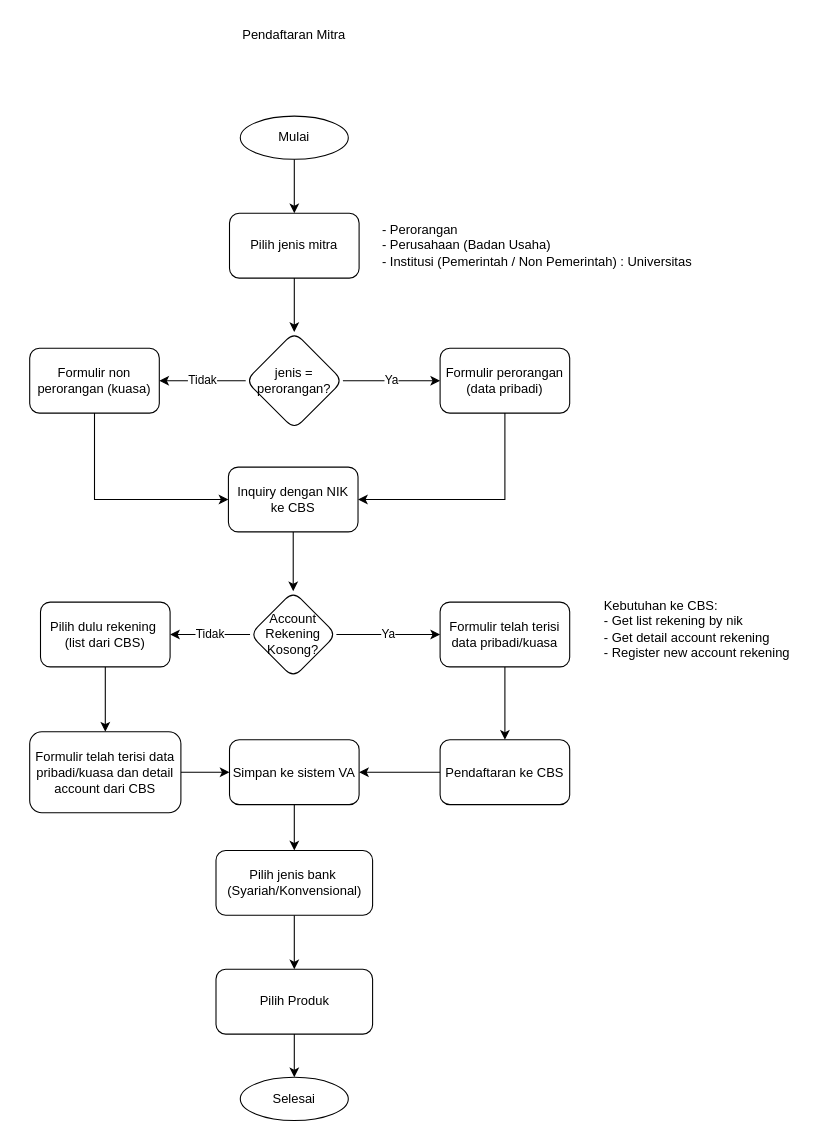
The draw.io diagram use-case/flow-pendaftaran.drawio in aribrilliantsyah/fsd_va_bpd_diy, before the edit. Source tidied: cells renumbered, new cells numbered last; positions are measured from the earlier drawing's top-left corner, leaving out a move shared by most shapes. Both pictures are drawn from the tidied source at 108%, with x=0, y=0 at pixel (29, 18).
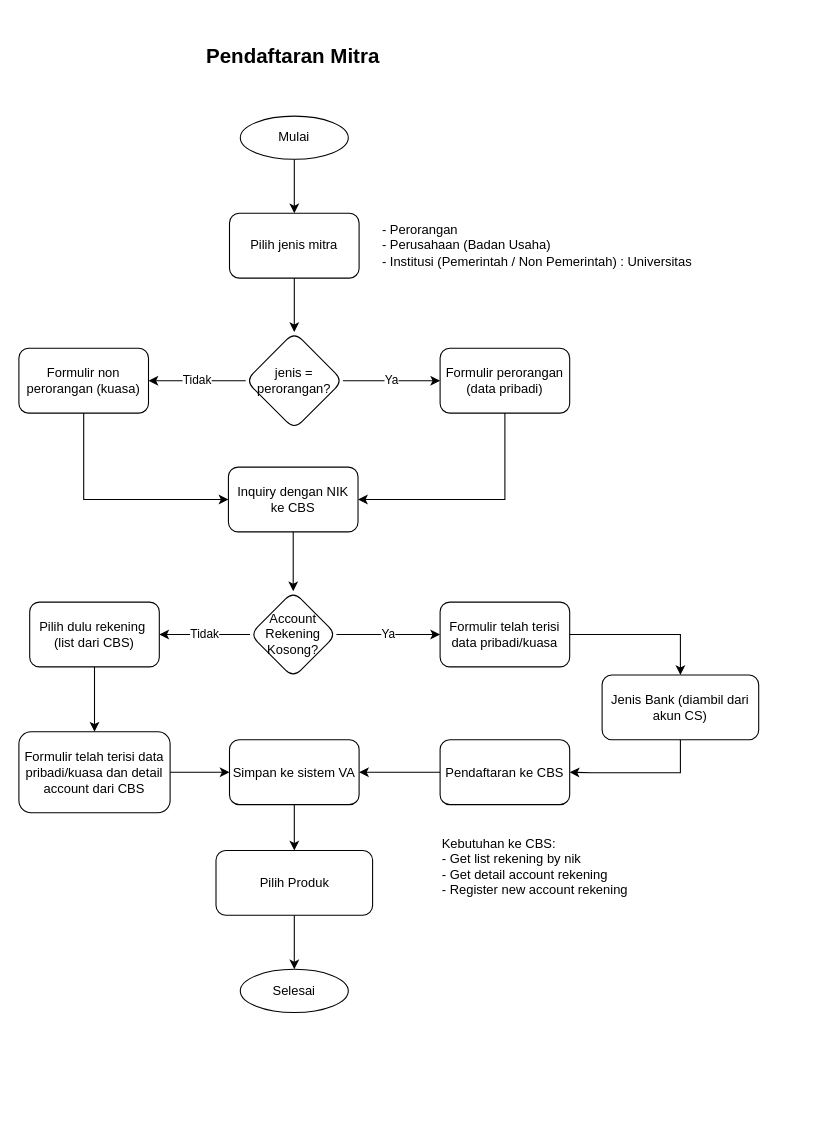
Above is the later version.

The change refers to these unchanged cells:
```xml
<mxCell id="15" value="Inquiry dengan NIK ke CBS" style="rounded=1;whiteSpace=wrap;html=1;" parent="1" vertex="1">
  <mxGeometry x="184" y="415" width="120" height="60" as="geometry" />
</mxCell>
<mxCell id="20" value="Formulir telah terisi data pribadi/kuasa" style="whiteSpace=wrap;html=1;rounded=1;" parent="1" vertex="1">
  <mxGeometry x="380" y="540" width="120" height="60" as="geometry" />
</mxCell>
<mxCell id="27" value="Pendaftaran ke CBS" style="whiteSpace=wrap;html=1;rounded=1;" parent="1" vertex="1">
  <mxGeometry x="380" y="667.5" width="120" height="60" as="geometry" />
</mxCell>
<mxCell id="29" value="Simpan ke sistem VA" style="whiteSpace=wrap;html=1;rounded=1;" parent="1" vertex="1">
  <mxGeometry x="185" y="667.5" width="120" height="60" as="geometry" />
</mxCell>
```

The edit, as a diff of the source:
```diff
@@
-    <mxCell id="2" value="Pendaftaran Mitra" style="text;html=1;strokeColor=none;fillColor=none;align=center;verticalAlign=middle;whiteSpace=wrap;rounded=0;" parent="1" vertex="1">
-      <mxGeometry x="170" width="150" height="30" as="geometry" />
+    <mxCell id="2" value="&lt;b&gt;&lt;font style=&quot;font-size: 19px;&quot;&gt;Pendaftaran Mitra&lt;/font&gt;&lt;/b&gt;" style="text;html=1;strokeColor=none;fillColor=none;align=center;verticalAlign=middle;whiteSpace=wrap;rounded=0;" parent="1" vertex="1">
+      <mxGeometry x="124" y="20" width="240" height="30" as="geometry" />
     </mxCell>
@@
-    <mxCell id="12" style="edgeStyle=orthogonalEdgeStyle;rounded=0;jettySize=auto;html=1;entryX=0;entryY=0.5;entryDx=0;entryDy=0;" parent="1" edge="1" target="15">
-      <mxGeometry relative="1" as="geometry">
-        <mxPoint x="60" y="330" as="sourcePoint" />
-        <Array as="points">
-          <mxPoint x="60" y="445" />
-        </Array>
-      </mxGeometry>
-    </mxCell>
+    <mxCell id="36" style="edgeStyle=orthogonalEdgeStyle;rounded=0;jettySize=auto;html=1;entryX=0;entryY=0.5;entryDx=0;entryDy=0;" parent="1" edge="1" source="13" target="15">
+      <mxGeometry relative="1" as="geometry">
+        <Array as="points">
+          <mxPoint x="50" y="445" />
+        </Array>
+      </mxGeometry>
+    </mxCell>
     <mxCell id="13" value="Formulir non perorangan (kuasa)" style="rounded=1;whiteSpace=wrap;html=1;" parent="1" vertex="1">
-      <mxGeometry y="305" width="120" height="60" as="geometry" />
+      <mxGeometry x="-10" y="305" width="120" height="60" as="geometry" />
     </mxCell>
@@
-    <mxCell id="19" style="edgeStyle=orthogonalEdgeStyle;rounded=0;jettySize=auto;html=1;" parent="1" edge="1" source="20" target="27">
-      <mxGeometry relative="1" as="geometry" />
-    </mxCell>
+    <mxCell id="37" style="edgeStyle=orthogonalEdgeStyle;rounded=0;jettySize=auto;html=1;entryX=0.5;entryY=0;entryDx=0;entryDy=0;" parent="1" edge="1" source="20" target="40">
+      <mxGeometry relative="1" as="geometry" />
+    </mxCell>
@@
     <mxCell id="23" value="Pilih dulu rekening&amp;nbsp;&lt;br&gt;(list dari CBS)" style="rounded=1;whiteSpace=wrap;html=1;" parent="1" vertex="1">
-      <mxGeometry x="10" y="540" width="120" height="60" as="geometry" />
+      <mxGeometry y="540" width="120" height="60" as="geometry" />
     </mxCell>
@@
     <mxCell id="25" value="Formulir telah terisi data pribadi/kuasa dan detail account dari CBS" style="whiteSpace=wrap;html=1;rounded=1;" parent="1" vertex="1">
-      <mxGeometry y="660" width="140" height="75" as="geometry" />
+      <mxGeometry x="-10" y="660" width="140" height="75" as="geometry" />
     </mxCell>
-    <mxCell id="26" style="edgeStyle=orthogonalEdgeStyle;rounded=0;jettySize=auto;html=1;" parent="1" edge="1" source="27" target="29">
-      <mxGeometry relative="1" as="geometry">
-        <Array as="points">
-          <mxPoint x="360" y="698" />
-          <mxPoint x="360" y="698" />
-        </Array>
-      </mxGeometry>
+    <mxCell id="26" style="edgeStyle=orthogonalEdgeStyle;rounded=0;jettySize=auto;html=1;entryX=1;entryY=0.5;entryDx=0;entryDy=0;" parent="1" edge="1" source="27" target="29">
+      <mxGeometry relative="1" as="geometry" />
     </mxCell>
@@
-    <mxCell id="28" style="edgeStyle=orthogonalEdgeStyle;rounded=0;jettySize=auto;html=1;" parent="1" edge="1" source="29" target="31">
-      <mxGeometry relative="1" as="geometry" />
-    </mxCell>
+    <mxCell id="38" style="edgeStyle=orthogonalEdgeStyle;rounded=0;jettySize=auto;html=1;entryX=0.5;entryY=0;entryDx=0;entryDy=0;" parent="1" edge="1" source="29" target="33">
+      <mxGeometry relative="1" as="geometry" />
+    </mxCell>
@@
-    <mxCell id="30" style="edgeStyle=orthogonalEdgeStyle;rounded=0;jettySize=auto;html=1;" parent="1" edge="1" source="31" target="33">
-      <mxGeometry relative="1" as="geometry" />
-    </mxCell>
-    <mxCell id="31" value="Pilih jenis bank&amp;nbsp;&lt;br&gt;(Syariah/Konvensional)" style="whiteSpace=wrap;html=1;rounded=1;" parent="1" vertex="1">
-      <mxGeometry x="172.5" y="770" width="145" height="60" as="geometry" />
-    </mxCell>
@@
     <mxCell id="33" value="Pilih Produk" style="whiteSpace=wrap;html=1;rounded=1;" parent="1" vertex="1">
-      <mxGeometry x="172.5" y="880" width="145" height="60" as="geometry" />
+      <mxGeometry x="172.5" y="770" width="145" height="60" as="geometry" />
     </mxCell>
     <mxCell id="34" value="Selesai" style="ellipse;whiteSpace=wrap;html=1;align=center;newEdgeStyle={&quot;edgeStyle&quot;:&quot;entityRelationEdgeStyle&quot;,&quot;startArrow&quot;:&quot;none&quot;,&quot;endArrow&quot;:&quot;none&quot;,&quot;segment&quot;:10,&quot;curved&quot;:1};" parent="1" vertex="1">
-      <mxGeometry x="195" y="980" width="100" height="40" as="geometry" />
+      <mxGeometry x="195" y="880" width="100" height="40" as="geometry" />
     </mxCell>
     <mxCell id="35" value="&lt;div style=&quot;&quot;&gt;Kebutuhan ke CBS:&lt;/div&gt;&lt;div style=&quot;&quot;&gt;- Get list rekening by nik&lt;/div&gt;&lt;div style=&quot;&quot;&gt;- Get detail account rekening&lt;/div&gt;&lt;div style=&quot;&quot;&gt;- Register new account rekening&lt;/div&gt;" style="text;html=1;strokeColor=none;fillColor=none;align=left;verticalAlign=middle;whiteSpace=wrap;rounded=0;" parent="1" vertex="1">
-      <mxGeometry x="530" y="530" width="180" height="70" as="geometry" />
+      <mxGeometry x="380" y="750" width="180" height="70" as="geometry" />
     </mxCell>
+    <mxCell id="39" style="edgeStyle=orthogonalEdgeStyle;rounded=0;jettySize=auto;html=1;entryX=1;entryY=0.5;entryDx=0;entryDy=0;" parent="1" edge="1" source="40" target="27">
+      <mxGeometry relative="1" as="geometry">
+        <Array as="points">
+          <mxPoint x="603" y="698" />
+          <mxPoint x="520" y="698" />
+        </Array>
+      </mxGeometry>
+    </mxCell>
+    <mxCell id="40" value="Jenis Bank (diambil dari akun CS)" style="whiteSpace=wrap;html=1;rounded=1;" parent="1" vertex="1">
+      <mxGeometry x="530" y="607.5" width="145" height="60" as="geometry" />
+    </mxCell>
```
